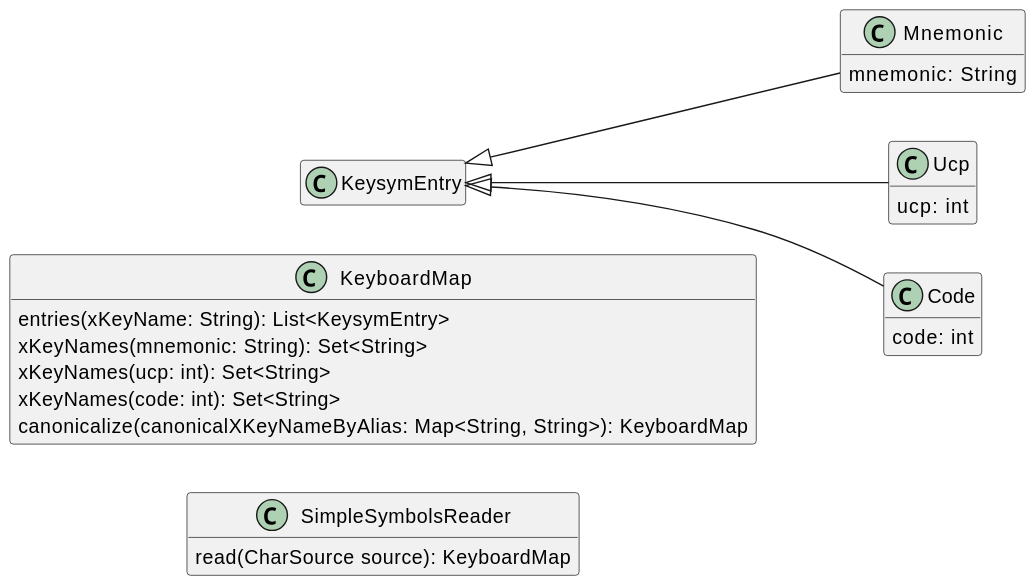
Before: Mapping.svg, a diagram exported from PlantUML (oliviercailloux/Keyboardd).
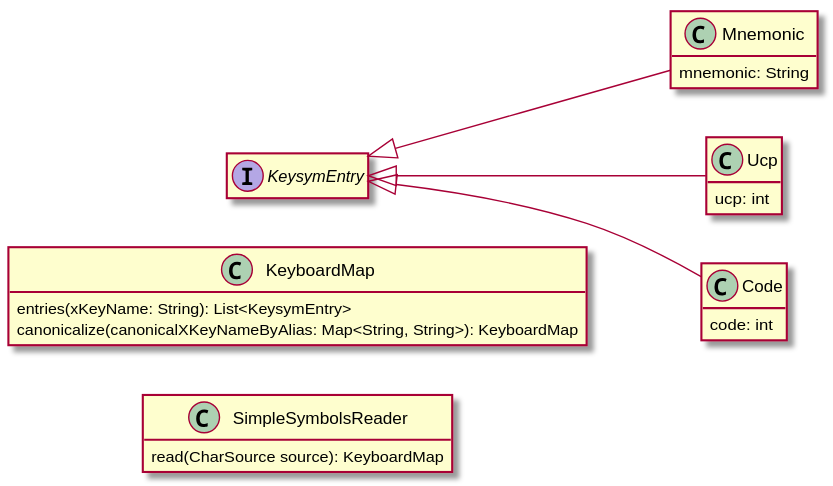
After the change.

What changed in the source:
```diff
@@ -1,8 +1,8 @@
-@startuml
+@startuml Mapping
 hide empty members
 left to right direction
 
-class "KeysymEntry" {}
+interface "KeysymEntry" {}
 class "Mnemonic" {
   mnemonic: String
 }
@@ -19,9 +19,6 @@
 
 class "KeyboardMap" {
   entries(xKeyName: String): List<KeysymEntry>
-  xKeyNames(mnemonic: String): Set<String>
-  xKeyNames(ucp: int): Set<String>
-  xKeyNames(code: int): Set<String>
   canonicalize(canonicalXKeyNameByAlias: Map<String, String>): KeyboardMap
 }
 
@@ -31,4 +28,5 @@
 
 KeysymEntry -[hidden]> KeyboardMap
 KeyboardMap -[hidden]> SimpleSymbolsReader
+
 @enduml
```
